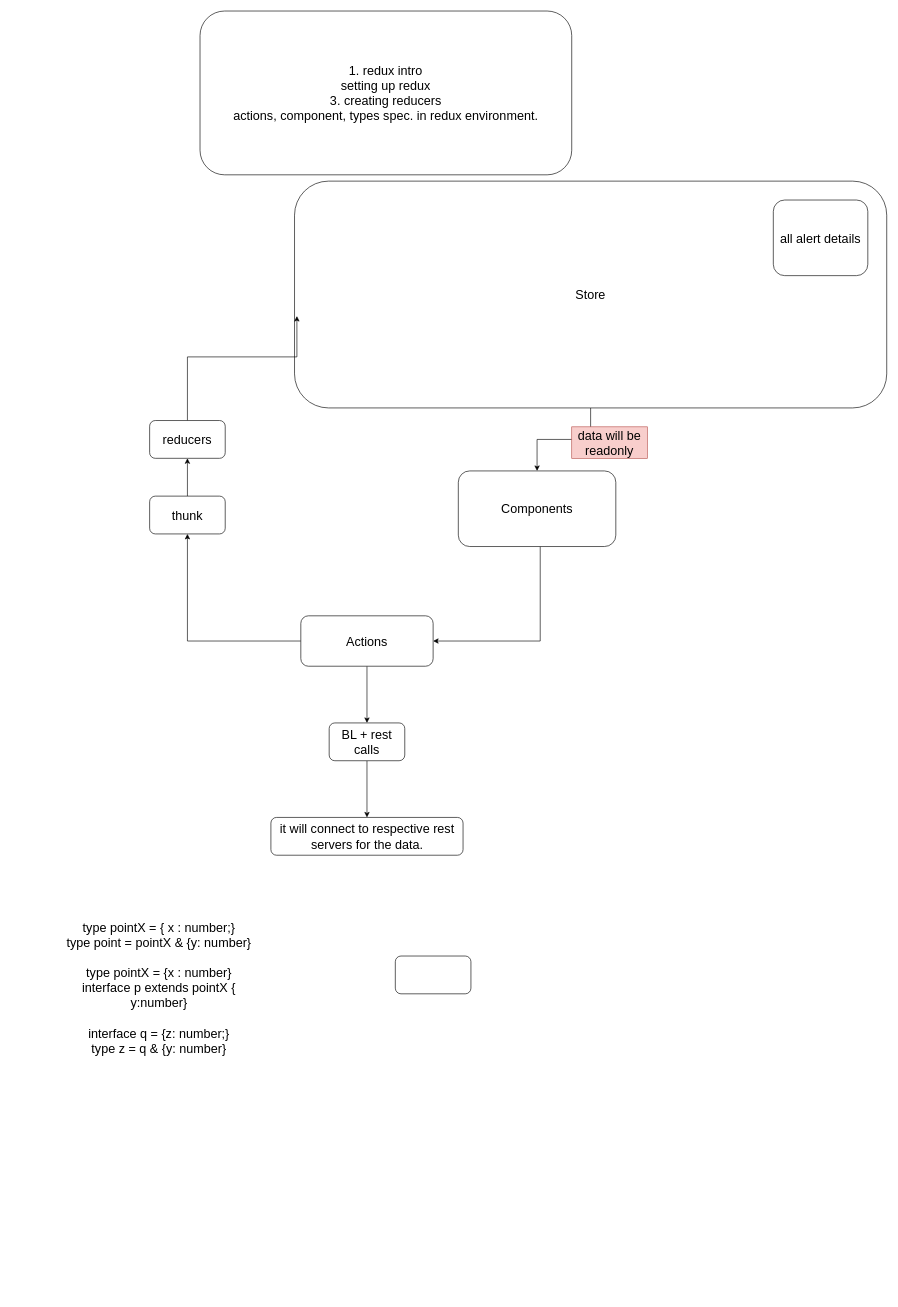
Earlier version of the draw.io diagram page "Page-4" (4 of 4) of Untitled Diagram.drawio (abhinandanchivate/ImarticusCBAReact). Source tidied: cells renumbered, new cells numbered last; positions are measured from the earlier drawing's top-left corner, leaving out a move shared by most shapes. Both pictures are drawn from the tidied source at 63%, with x=0, y=0 at pixel (11, 11).
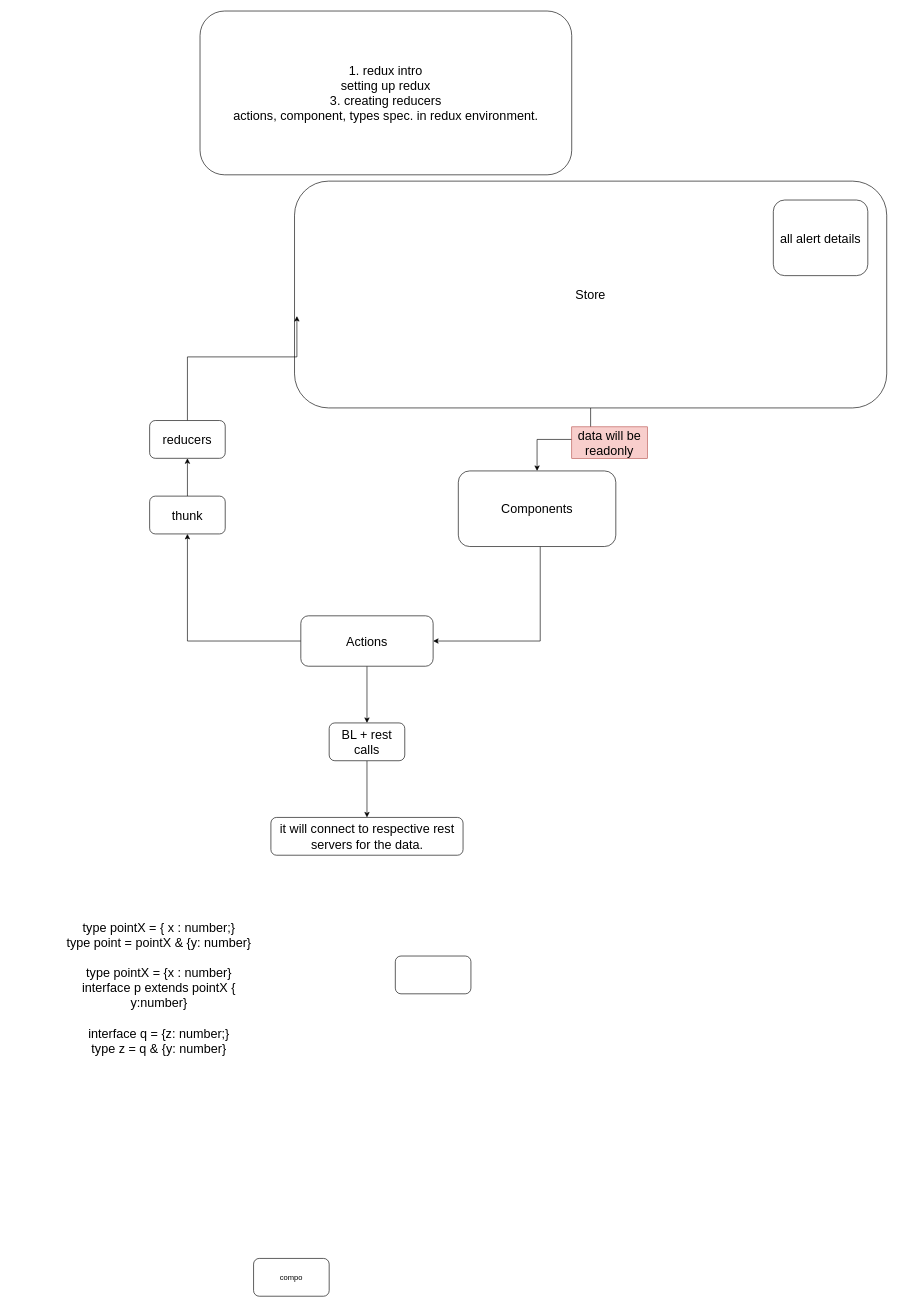
The same page after the edit.

Diff of the diagram source:
```diff
@@
+    <mxCell id="21" value="compo" style="rounded=1;whiteSpace=wrap;html=1;" parent="1" vertex="1">
+      <mxGeometry x="385" y="1980" width="120" height="60" as="geometry" />
+    </mxCell>
```
